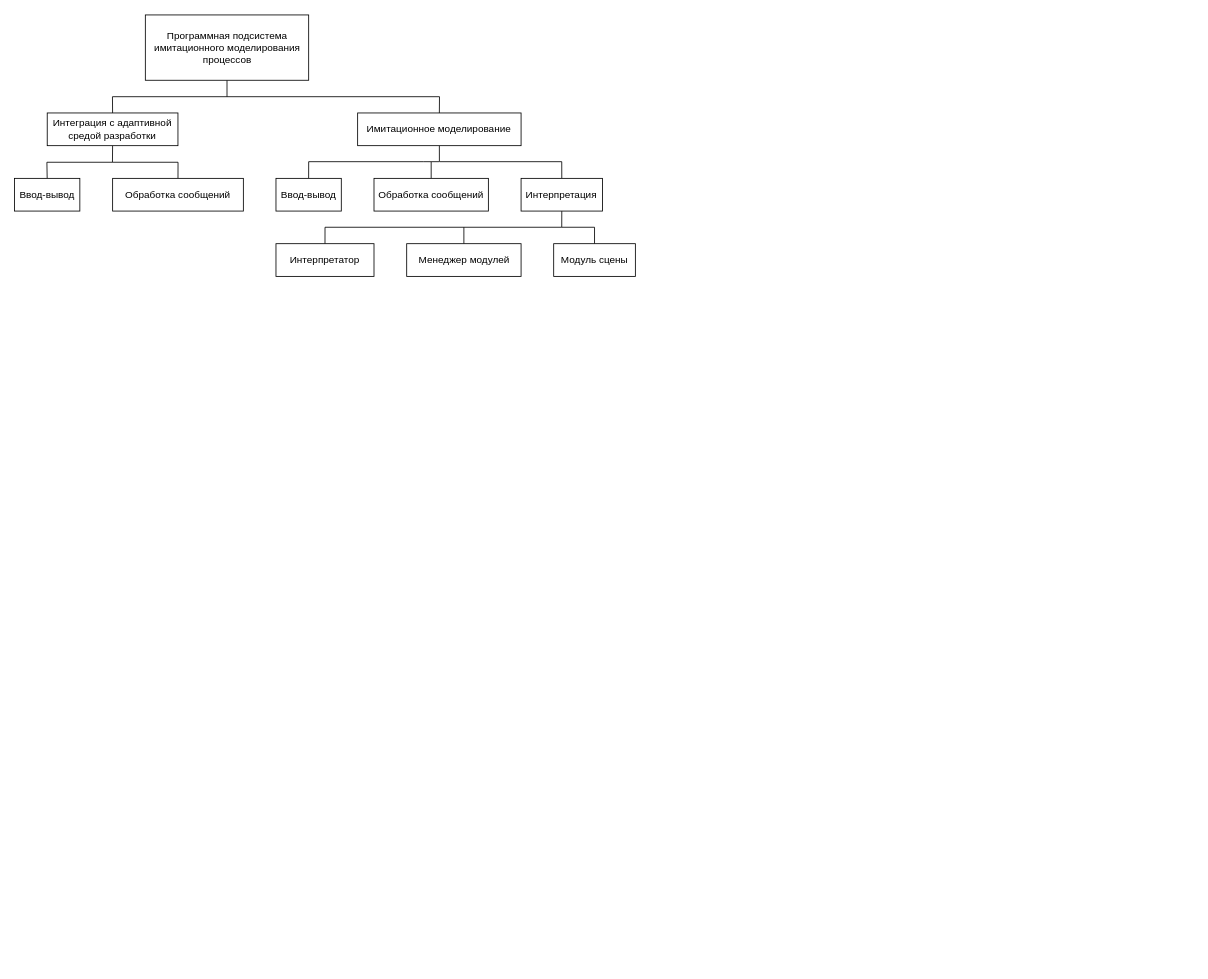
AntonBush/vkrb keeps this draw.io diagram as схема структурная информационной системы.drawio. Above is the earlier version. Source tidied: cells renumbered, new cells numbered last; positions are measured from the earlier drawing's top-left corner, leaving out a move shared by most shapes. Both pictures are drawn from the tidied source at 83%, with x=0, y=0 at pixel (14, 15).
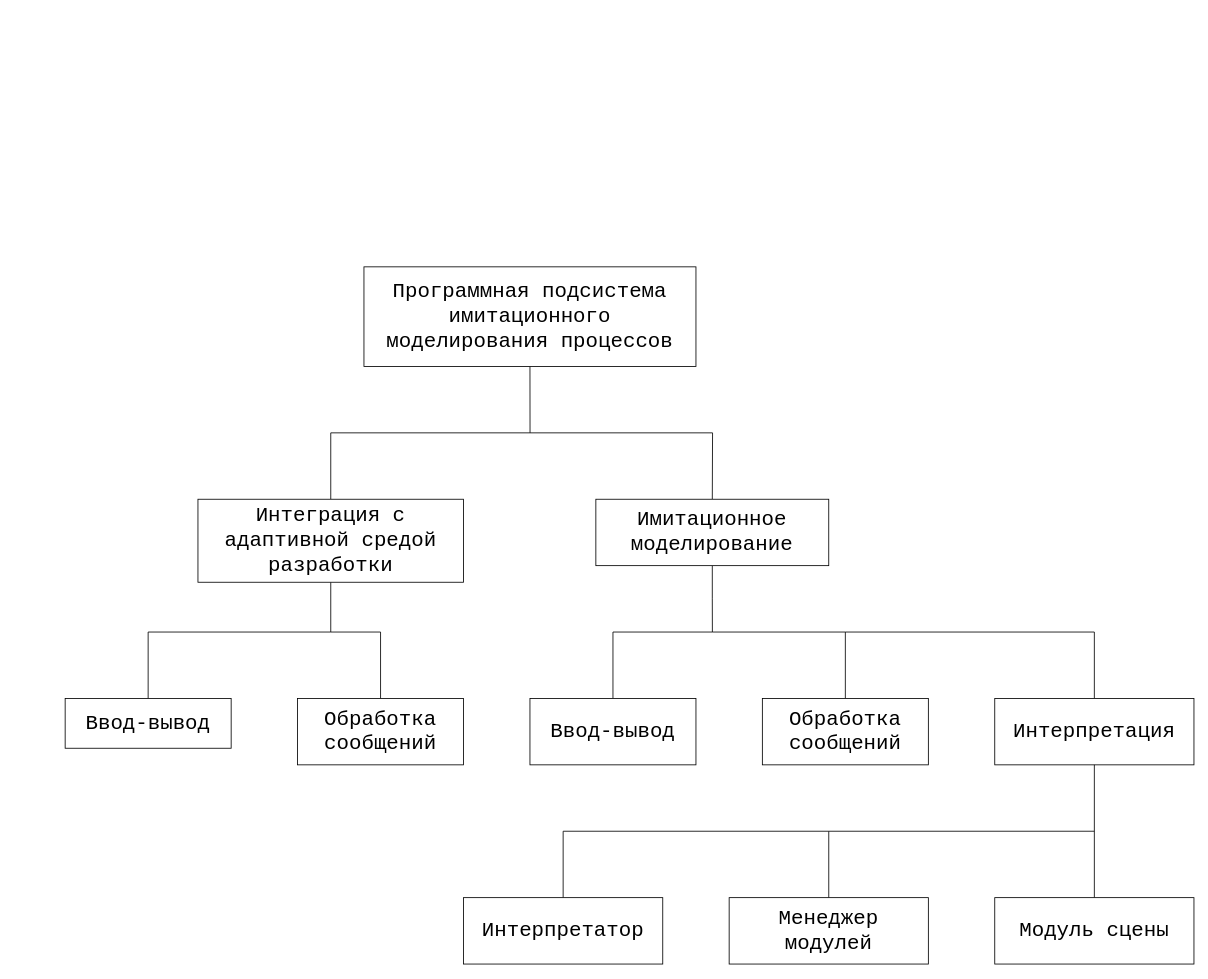
The same page after the edit.

Change to the diagram source:
```diff
@@
-    <mxCell id="2" style="rounded=0;jettySize=auto;html=1;exitX=0.5;exitY=1;exitDx=0;exitDy=0;entryX=0.5;entryY=0;entryDx=0;entryDy=0;endArrow=none;endFill=0;" parent="1" edge="1" source="3" target="5">
-      <mxGeometry relative="1" as="geometry">
-        <Array as="points">
-          <mxPoint x="256" y="98" />
-          <mxPoint x="118" y="98" />
-        </Array>
-      </mxGeometry>
-    </mxCell>
+    <mxCell id="23" style="rounded=0;jettySize=auto;html=1;exitX=0.5;exitY=1;exitDx=0;exitDy=0;endArrow=none;endFill=0;" parent="1" edge="1" source="3">
+      <mxGeometry relative="1" as="geometry">
+        <mxPoint x="621.1" y="503" as="targetPoint" />
+      </mxGeometry>
+    </mxCell>
-    <mxCell id="3" value="Программная подсистема имитационного моделирования процессов" style="whiteSpace=wrap;html=1;direction=east;" parent="1" vertex="1">
-      <mxGeometry x="157.6" y="-0.5" width="196.8" height="78.7" as="geometry" />
+    <mxCell id="3" value="Программная подсистема имитационного моделирования процессов" style="whiteSpace=wrap;html=1;direction=east;fontFamily=Courier New;fontSize=25;" parent="1" vertex="1">
+      <mxGeometry x="421" y="303" width="400" height="120" as="geometry" />
     </mxCell>
-    <mxCell id="4" style="rounded=0;jettySize=auto;html=1;exitX=0.5;exitY=1;exitDx=0;exitDy=0;entryX=0.5;entryY=0;entryDx=0;entryDy=0;endArrow=none;endFill=0;" parent="1" edge="1" source="5" target="11">
+    <mxCell id="4" style="rounded=0;jettySize=auto;html=1;exitX=0.5;exitY=1;exitDx=0;exitDy=0;endArrow=none;endFill=0;fontFamily=Courier New;fontSize=25;" parent="1" edge="1" source="5">
       <mxGeometry relative="1" as="geometry">
+        <mxPoint x="381" y="743" as="targetPoint" />
         <Array as="points">
-          <mxPoint x="118" y="177" />
-          <mxPoint x="39" y="177" />
+          <mxPoint x="381" y="743" />
         </Array>
       </mxGeometry>
     </mxCell>
+    <mxCell id="24" style="edgeStyle=orthogonalEdgeStyle;rounded=0;jettySize=auto;html=1;exitX=0.5;exitY=0;exitDx=0;exitDy=0;endArrow=none;endFill=0;" parent="1" edge="1" source="5">
+      <mxGeometry relative="1" as="geometry">
+        <mxPoint x="621" y="503" as="targetPoint" />
+        <Array as="points">
+          <mxPoint x="381" y="503" />
+        </Array>
+      </mxGeometry>
+    </mxCell>
-    <mxCell id="5" value="Интеграция с адаптивной средой разработки" style="whiteSpace=wrap;html=1;direction=east;" parent="1" vertex="1">
-      <mxGeometry x="39.4" y="117.6" width="157.5" height="39.4" as="geometry" />
+    <mxCell id="5" value="Интеграция с адаптивной средой разработки" style="whiteSpace=wrap;html=1;direction=east;fontFamily=Courier New;fontSize=25;" parent="1" vertex="1">
+      <mxGeometry x="221" y="583" width="320" height="100" as="geometry" />
     </mxCell>
-    <mxCell id="6" style="edgeStyle=orthogonalEdgeStyle;rounded=0;jettySize=auto;html=1;entryX=0.5;entryY=0;entryDx=0;entryDy=0;endArrow=none;endFill=0;" parent="1" edge="1" target="10">
-      <mxGeometry relative="1" as="geometry">
-        <mxPoint x="511.4" y="176.3" as="sourcePoint" />
-        <Array as="points">
-          <mxPoint x="492.4" y="176.3" />
-          <mxPoint x="354.4" y="176.3" />
-        </Array>
-      </mxGeometry>
-    </mxCell>
-    <mxCell id="7" style="edgeStyle=orthogonalEdgeStyle;rounded=0;jettySize=auto;html=1;entryX=0.5;entryY=0;entryDx=0;entryDy=0;endArrow=none;endFill=0;exitX=0.5;exitY=1;exitDx=0;exitDy=0;" parent="1" edge="1" source="9" target="19">
-      <mxGeometry relative="1" as="geometry">
-        <Array as="points">
-          <mxPoint x="512.4" y="176.3" />
-          <mxPoint x="659.4" y="176.3" />
-        </Array>
-      </mxGeometry>
-    </mxCell>
-    <mxCell id="8" style="rounded=0;jettySize=auto;html=1;exitX=0.5;exitY=0;exitDx=0;exitDy=0;endArrow=none;endFill=0;" parent="1" edge="1" source="9">
+    <mxCell id="8" style="rounded=0;jettySize=auto;html=1;exitX=0.5;exitY=0;exitDx=0;exitDy=0;endArrow=none;endFill=0;fontFamily=Courier New;fontSize=25;" parent="1" edge="1" source="9">
       <mxGeometry relative="1" as="geometry">
-        <mxPoint x="256" y="98" as="targetPoint" />
+        <mxPoint x="621" y="503" as="targetPoint" />
         <Array as="points">
-          <mxPoint x="512" y="98" />
+          <mxPoint x="841" y="503" />
         </Array>
       </mxGeometry>
     </mxCell>
+    <mxCell id="25" style="edgeStyle=orthogonalEdgeStyle;rounded=0;jettySize=auto;html=1;exitX=0.5;exitY=1;exitDx=0;exitDy=0;endArrow=none;endFill=0;" parent="1" edge="1" source="9">
+      <mxGeometry relative="1" as="geometry">
+        <mxPoint x="840.8" y="743" as="targetPoint" />
+      </mxGeometry>
+    </mxCell>
-    <mxCell id="9" value="Имитационное моделирование" style="whiteSpace=wrap;html=1;direction=east;" parent="1" vertex="1">
-      <mxGeometry x="413.4" y="117.6" width="196.9" height="39.4" as="geometry" />
+    <mxCell id="9" value="Имитационное моделирование" style="whiteSpace=wrap;html=1;direction=east;fontFamily=Courier New;fontSize=25;" parent="1" vertex="1">
+      <mxGeometry x="700.4" y="583" width="280.6" height="80" as="geometry" />
     </mxCell>
+    <mxCell id="26" style="edgeStyle=orthogonalEdgeStyle;rounded=0;jettySize=auto;html=1;exitX=0.5;exitY=0;exitDx=0;exitDy=0;endArrow=none;endFill=0;" parent="1" edge="1" source="10">
+      <mxGeometry relative="1" as="geometry">
+        <mxPoint x="841" y="743" as="targetPoint" />
+        <Array as="points">
+          <mxPoint x="721" y="743" />
+        </Array>
+      </mxGeometry>
+    </mxCell>
-    <mxCell id="10" value="Ввод-вывод" style="whiteSpace=wrap;html=1;direction=east;" parent="1" vertex="1">
-      <mxGeometry x="315" y="196.4" width="78.7" height="39.4" as="geometry" />
+    <mxCell id="10" value="Ввод-вывод" style="whiteSpace=wrap;html=1;direction=east;fontFamily=Courier New;fontSize=25;" parent="1" vertex="1">
+      <mxGeometry x="621" y="823" width="200" height="80" as="geometry" />
     </mxCell>
+    <mxCell id="27" style="edgeStyle=orthogonalEdgeStyle;rounded=0;jettySize=auto;html=1;exitX=0.5;exitY=0;exitDx=0;exitDy=0;endArrow=none;endFill=0;" parent="1" edge="1" source="11">
+      <mxGeometry relative="1" as="geometry">
+        <mxPoint x="381" y="743" as="targetPoint" />
+        <Array as="points">
+          <mxPoint x="161" y="743" />
+        </Array>
+      </mxGeometry>
+    </mxCell>
-    <mxCell id="11" value="Ввод-вывод" style="whiteSpace=wrap;html=1;direction=east;" parent="1" vertex="1">
-      <mxGeometry y="196.4" width="78.7" height="39.4" as="geometry" />
+    <mxCell id="11" value="Ввод-вывод" style="whiteSpace=wrap;html=1;direction=east;fontFamily=Courier New;fontSize=25;" parent="1" vertex="1">
+      <mxGeometry x="61" y="823" width="200" height="60" as="geometry" />
     </mxCell>
-    <mxCell id="12" style="edgeStyle=orthogonalEdgeStyle;rounded=0;jettySize=auto;html=1;exitX=0.5;exitY=0;exitDx=0;exitDy=0;endArrow=none;endFill=0;" parent="1" edge="1" source="13">
+    <mxCell id="12" style="edgeStyle=orthogonalEdgeStyle;rounded=0;jettySize=auto;html=1;exitX=0.5;exitY=0;exitDx=0;exitDy=0;endArrow=none;endFill=0;fontFamily=Courier New;fontSize=25;" parent="1" edge="1" source="13">
       <mxGeometry relative="1" as="geometry">
-        <mxPoint x="118" y="177" as="targetPoint" />
+        <mxPoint x="381" y="743" as="targetPoint" />
         <Array as="points">
-          <mxPoint x="197" y="177" />
+          <mxPoint x="441" y="743" />
         </Array>
       </mxGeometry>
     </mxCell>
-    <mxCell id="13" value="Обработка сообщений" style="whiteSpace=wrap;html=1;direction=east;" parent="1" vertex="1">
-      <mxGeometry x="118.2" y="196.4" width="157.5" height="39.4" as="geometry" />
+    <mxCell id="13" value="Обработка сообщений" style="whiteSpace=wrap;html=1;direction=east;fontFamily=Courier New;fontSize=25;" parent="1" vertex="1">
+      <mxGeometry x="341" y="823" width="200" height="80" as="geometry" />
     </mxCell>
-    <mxCell id="14" style="edgeStyle=orthogonalEdgeStyle;rounded=0;jettySize=auto;html=1;exitX=0.5;exitY=0;exitDx=0;exitDy=0;endArrow=none;endFill=0;" parent="1" edge="1" source="15">
-      <mxGeometry relative="1" as="geometry">
-        <mxPoint x="502" y="176.7" as="targetPoint" />
-      </mxGeometry>
-    </mxCell>
+    <mxCell id="28" style="edgeStyle=orthogonalEdgeStyle;rounded=0;jettySize=auto;html=1;exitX=0.5;exitY=0;exitDx=0;exitDy=0;endArrow=none;endFill=0;" parent="1" edge="1" source="15">
+      <mxGeometry relative="1" as="geometry">
+        <mxPoint x="841" y="743" as="targetPoint" />
+        <Array as="points">
+          <mxPoint x="1001" y="743" />
+        </Array>
+      </mxGeometry>
+    </mxCell>
-    <mxCell id="15" value="Обработка сообщений" style="whiteSpace=wrap;html=1;direction=east;" parent="1" vertex="1">
-      <mxGeometry x="433.1" y="196.4" width="137.8" height="39.4" as="geometry" />
+    <mxCell id="15" value="Обработка сообщений" style="whiteSpace=wrap;html=1;direction=east;fontFamily=Courier New;fontSize=25;" parent="1" vertex="1">
+      <mxGeometry x="901" y="823" width="200" height="80" as="geometry" />
     </mxCell>
-    <mxCell id="16" style="edgeStyle=orthogonalEdgeStyle;rounded=0;jettySize=auto;html=1;exitX=0.5;exitY=1;exitDx=0;exitDy=0;entryX=0.5;entryY=0;entryDx=0;entryDy=0;endArrow=none;endFill=0;" parent="1" edge="1" source="19" target="20">
-      <mxGeometry relative="1" as="geometry">
-        <Array as="points">
-          <mxPoint x="659.4" y="255.3" />
-          <mxPoint x="374.4" y="255.3" />
-        </Array>
-      </mxGeometry>
-    </mxCell>
-    <mxCell id="17" style="edgeStyle=orthogonalEdgeStyle;rounded=0;jettySize=auto;html=1;entryX=0.5;entryY=0;entryDx=0;entryDy=0;endArrow=none;endFill=0;" parent="1" edge="1" target="21">
-      <mxGeometry relative="1" as="geometry">
-        <mxPoint x="541.4" y="255.3" as="sourcePoint" />
-        <Array as="points">
-          <mxPoint x="541.4" y="255.3" />
-        </Array>
-      </mxGeometry>
-    </mxCell>
-    <mxCell id="18" style="edgeStyle=orthogonalEdgeStyle;rounded=0;jettySize=auto;html=1;entryX=0.5;entryY=0;entryDx=0;entryDy=0;endArrow=none;endFill=0;" parent="1" edge="1" target="22">
-      <mxGeometry relative="1" as="geometry">
-        <mxPoint x="659.4" y="255.3" as="sourcePoint" />
-        <Array as="points">
-          <mxPoint x="659.4" y="255.3" />
-          <mxPoint x="699.4" y="255.3" />
-        </Array>
-      </mxGeometry>
-    </mxCell>
+    <mxCell id="29" style="edgeStyle=orthogonalEdgeStyle;rounded=0;jettySize=auto;html=1;exitX=0.5;exitY=0;exitDx=0;exitDy=0;endArrow=none;endFill=0;" parent="1" edge="1" source="19">
+      <mxGeometry relative="1" as="geometry">
+        <mxPoint x="1001" y="743" as="targetPoint" />
+        <Array as="points">
+          <mxPoint x="1301" y="743" />
+        </Array>
+      </mxGeometry>
+    </mxCell>
-    <mxCell id="19" value="Интерпретация" style="whiteSpace=wrap;html=1;" parent="1" vertex="1">
-      <mxGeometry x="610.3" y="196.4" width="98.1" height="39.4" as="geometry" />
+    <mxCell id="19" value="Интерпретация" style="whiteSpace=wrap;html=1;fontFamily=Courier New;fontSize=25;" parent="1" vertex="1">
+      <mxGeometry x="1181" y="823" width="240" height="80" as="geometry" />
     </mxCell>
+    <mxCell id="30" style="edgeStyle=orthogonalEdgeStyle;rounded=0;jettySize=auto;html=1;exitX=0.5;exitY=0;exitDx=0;exitDy=0;endArrow=none;endFill=0;" parent="1" edge="1" source="20">
+      <mxGeometry relative="1" as="geometry">
+        <mxPoint x="981" y="983" as="targetPoint" />
+        <Array as="points">
+          <mxPoint x="661" y="983" />
+        </Array>
+      </mxGeometry>
+    </mxCell>
-    <mxCell id="20" value="Интерпретатор" style="whiteSpace=wrap;html=1;" parent="1" vertex="1">
-      <mxGeometry x="315" y="275.1" width="118.1" height="39.4" as="geometry" />
+    <mxCell id="20" value="Интерпретатор" style="whiteSpace=wrap;html=1;fontFamily=Courier New;fontSize=25;" parent="1" vertex="1">
+      <mxGeometry x="541" y="1063" width="240" height="80" as="geometry" />
     </mxCell>
+    <mxCell id="31" style="edgeStyle=orthogonalEdgeStyle;rounded=0;jettySize=auto;html=1;exitX=0.5;exitY=0;exitDx=0;exitDy=0;endArrow=none;endFill=0;" parent="1" edge="1" source="21">
+      <mxGeometry relative="1" as="geometry">
+        <mxPoint x="1301" y="983" as="targetPoint" />
+        <Array as="points">
+          <mxPoint x="981" y="983" />
+        </Array>
+      </mxGeometry>
+    </mxCell>
-    <mxCell id="21" value="Менеджер модулей" style="whiteSpace=wrap;html=1;" parent="1" vertex="1">
-      <mxGeometry x="472.5" y="275.1" width="137.8" height="39.4" as="geometry" />
+    <mxCell id="21" value="Менеджер модулей" style="whiteSpace=wrap;html=1;fontFamily=Courier New;fontSize=25;" parent="1" vertex="1">
+      <mxGeometry x="861" y="1063" width="240" height="80" as="geometry" />
     </mxCell>
+    <mxCell id="32" style="edgeStyle=orthogonalEdgeStyle;rounded=0;jettySize=auto;html=1;exitX=0.5;exitY=0;exitDx=0;exitDy=0;entryX=0.5;entryY=1;entryDx=0;entryDy=0;endArrow=none;endFill=0;" parent="1" edge="1" source="22" target="19">
+      <mxGeometry relative="1" as="geometry" />
+    </mxCell>
-    <mxCell id="22" value="Модуль сцены" style="whiteSpace=wrap;html=1;" parent="1" vertex="1">
-      <mxGeometry x="649.6" y="275.1" width="98.4" height="39.4" as="geometry" />
+    <mxCell id="22" value="Модуль сцены" style="whiteSpace=wrap;html=1;fontFamily=Courier New;fontSize=25;" parent="1" vertex="1">
+      <mxGeometry x="1181" y="1063" width="240" height="80" as="geometry" />
     </mxCell>
```
